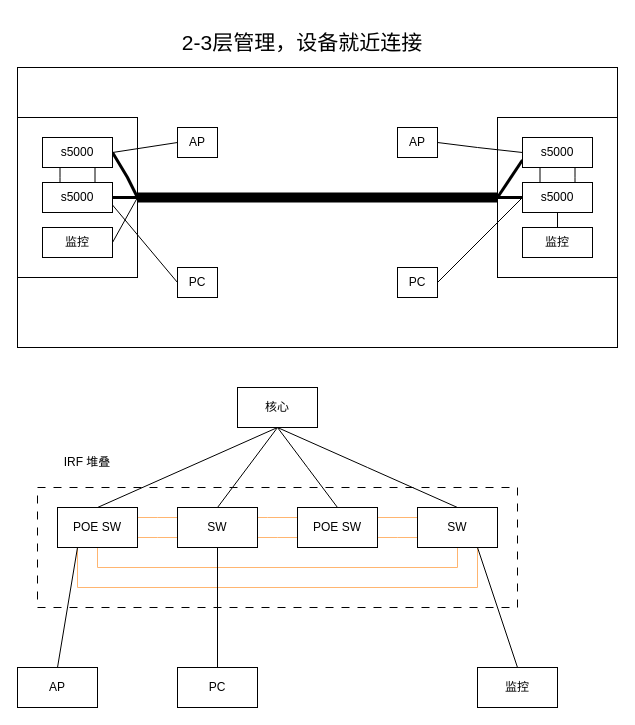
YiHuaXie/diagrams keeps this draw.io diagram as 楼层布线.drawio. Above is the earlier version. Source tidied: cells renumbered, new cells numbered last; positions are measured from the earlier drawing's top-left corner, leaving out a move shared by most shapes. Both pictures are drawn from the tidied source at 100%, with x=0, y=0 at pixel (17, 17).
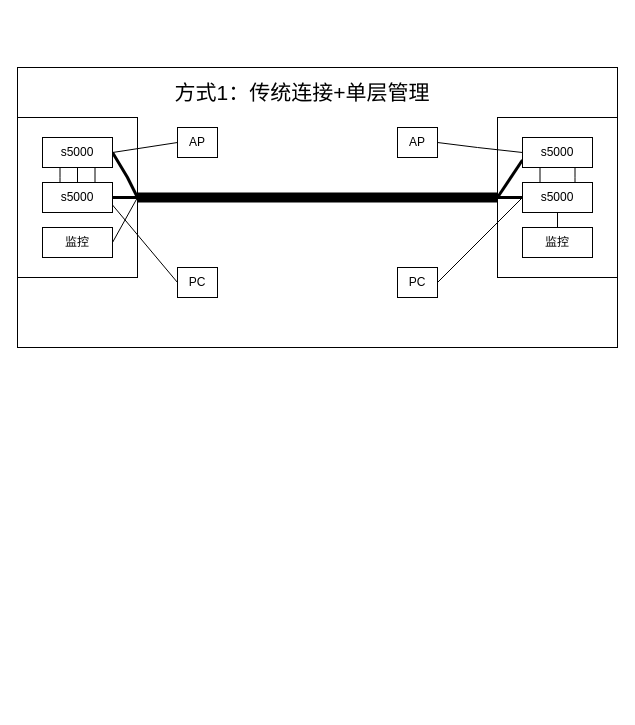
After the change.

Commit message (it also covers changes not shown here):
更新楼层布线.drawio

The change refers to these unchanged cells:
```xml
<mxCell id="4" style="group;" parent="1" vertex="1">
  <mxGeometry y="50" width="600" height="280" as="geometry" />
</mxCell>
<mxCell id="12" value="s5000" style="rounded=0;whiteSpace=wrap;html=1;" parent="4" vertex="1">
  <mxGeometry x="25" y="70" width="70" height="30" as="geometry" />
</mxCell>
<mxCell id="21" value="s5000" style="rounded=0;whiteSpace=wrap;html=1;" parent="4" vertex="1">
  <mxGeometry x="25" y="115" width="70" height="30" as="geometry" />
</mxCell>
```

Change to the diagram source:
```diff
@@
-    <mxCell id="2" style="rounded=0;whiteSpace=wrap;html=1;dashed=1;dashPattern=8 8;" parent="1" vertex="1">
-      <mxGeometry x="20" y="470" width="480" height="120" as="geometry" />
-    </mxCell>
-    <mxCell id="3" value="2-3层管理，设备就近连接" style="text;html=1;whiteSpace=wrap;strokeColor=none;fillColor=none;align=center;verticalAlign=middle;rounded=0;fontSize=21;" parent="1" vertex="1">
-      <mxGeometry x="150" width="270" height="50" as="geometry" />
-    </mxCell>
@@
+    <mxCell id="57" style="rounded=0;jettySize=auto;html=1;exitX=0.5;exitY=1;exitDx=0;exitDy=0;entryX=0.5;entryY=0;entryDx=0;entryDy=0;endArrow=none;endFill=0;" parent="4" edge="1" source="12" target="21">
+      <mxGeometry relative="1" as="geometry" />
+    </mxCell>
@@
-    <mxCell id="33" value="核心" style="rounded=0;whiteSpace=wrap;html=1;" parent="1" vertex="1">
-      <mxGeometry x="220" y="370" width="80" height="40" as="geometry" />
-    </mxCell>
-    <mxCell id="34" style="rounded=0;jettySize=auto;html=1;exitX=0.5;exitY=0;exitDx=0;exitDy=0;endArrow=none;endFill=0;" parent="1" edge="1" source="40">
-      <mxGeometry relative="1" as="geometry">
-        <mxPoint x="260" y="410" as="targetPoint" />
-      </mxGeometry>
-    </mxCell>
-    <mxCell id="35" style="edgeStyle=orthogonalEdgeStyle;rounded=0;jettySize=auto;html=1;exitX=1;exitY=0.25;exitDx=0;exitDy=0;entryX=0;entryY=0.25;entryDx=0;entryDy=0;endArrow=none;endFill=0;strokeColor=#FFB570;" parent="1" edge="1" source="40" target="45">
-      <mxGeometry relative="1" as="geometry">
-        <Array as="points">
-          <mxPoint x="140" y="500" />
-          <mxPoint x="140" y="500" />
-        </Array>
-      </mxGeometry>
-    </mxCell>
-    <mxCell id="36" style="edgeStyle=orthogonalEdgeStyle;rounded=0;jettySize=auto;html=1;exitX=1;exitY=0.75;exitDx=0;exitDy=0;entryX=0;entryY=0.75;entryDx=0;entryDy=0;endArrow=none;endFill=0;strokeColor=#FFB570;" parent="1" edge="1" source="40" target="45">
-      <mxGeometry relative="1" as="geometry">
-        <Array as="points">
-          <mxPoint x="140" y="520" />
-          <mxPoint x="140" y="520" />
-        </Array>
-      </mxGeometry>
-    </mxCell>
-    <mxCell id="37" style="edgeStyle=orthogonalEdgeStyle;rounded=0;jettySize=auto;html=1;exitX=0.25;exitY=1;exitDx=0;exitDy=0;entryX=0.75;entryY=1;entryDx=0;entryDy=0;endArrow=none;endFill=0;strokeColor=#FFB570;" parent="1" edge="1" source="40" target="52">
-      <mxGeometry relative="1" as="geometry">
-        <Array as="points">
-          <mxPoint x="60" y="570" />
-          <mxPoint x="460" y="570" />
-        </Array>
-      </mxGeometry>
-    </mxCell>
-    <mxCell id="38" style="edgeStyle=orthogonalEdgeStyle;rounded=0;jettySize=auto;html=1;exitX=0.5;exitY=1;exitDx=0;exitDy=0;entryX=0.5;entryY=1;entryDx=0;entryDy=0;endArrow=none;endFill=0;strokeColor=#FFB570;" parent="1" edge="1" source="40" target="52">
-      <mxGeometry relative="1" as="geometry" />
-    </mxCell>
-    <mxCell id="39" style="rounded=0;jettySize=auto;html=1;exitX=0.25;exitY=1;exitDx=0;exitDy=0;entryX=0.5;entryY=0;entryDx=0;entryDy=0;endArrow=none;endFill=0;" parent="1" edge="1" source="40" target="56">
-      <mxGeometry relative="1" as="geometry" />
-    </mxCell>
-    <mxCell id="40" value="POE SW" style="rounded=0;whiteSpace=wrap;html=1;" parent="1" vertex="1">
-      <mxGeometry x="40" y="490" width="80" height="40" as="geometry" />
-    </mxCell>
-    <mxCell id="41" style="rounded=0;jettySize=auto;html=1;exitX=0.5;exitY=0;exitDx=0;exitDy=0;entryX=0.5;entryY=1;entryDx=0;entryDy=0;endArrow=none;endFill=0;" parent="1" edge="1" source="45" target="33">
-      <mxGeometry relative="1" as="geometry" />
-    </mxCell>
-    <mxCell id="42" style="edgeStyle=orthogonalEdgeStyle;rounded=0;jettySize=auto;html=1;exitX=1;exitY=0.25;exitDx=0;exitDy=0;entryX=0;entryY=0.25;entryDx=0;entryDy=0;endArrow=none;endFill=0;strokeColor=#FFB570;" parent="1" edge="1" source="45" target="49">
-      <mxGeometry relative="1" as="geometry">
-        <Array as="points">
-          <mxPoint x="250" y="500" />
-          <mxPoint x="250" y="500" />
-        </Array>
-      </mxGeometry>
-    </mxCell>
-    <mxCell id="43" style="edgeStyle=orthogonalEdgeStyle;rounded=0;jettySize=auto;html=1;exitX=1;exitY=0.75;exitDx=0;exitDy=0;entryX=0;entryY=0.75;entryDx=0;entryDy=0;endArrow=none;endFill=0;strokeColor=#FFB570;" parent="1" edge="1" source="45" target="49">
-      <mxGeometry relative="1" as="geometry">
-        <Array as="points">
-          <mxPoint x="260" y="520" />
-          <mxPoint x="260" y="520" />
-        </Array>
-      </mxGeometry>
-    </mxCell>
-    <mxCell id="44" style="rounded=0;jettySize=auto;html=1;exitX=0.5;exitY=1;exitDx=0;exitDy=0;entryX=0.5;entryY=0;entryDx=0;entryDy=0;endArrow=none;endFill=0;" parent="1" edge="1" source="45" target="55">
-      <mxGeometry relative="1" as="geometry" />
-    </mxCell>
-    <mxCell id="45" value="SW" style="rounded=0;whiteSpace=wrap;html=1;" parent="1" vertex="1">
-      <mxGeometry x="160" y="490" width="80" height="40" as="geometry" />
-    </mxCell>
-    <mxCell id="46" style="rounded=0;jettySize=auto;html=1;exitX=0.5;exitY=0;exitDx=0;exitDy=0;endArrow=none;endFill=0;" parent="1" edge="1" source="49">
-      <mxGeometry relative="1" as="geometry">
-        <mxPoint x="260" y="410" as="targetPoint" />
-        <Array as="points">
-          <mxPoint x="290" y="450" />
-        </Array>
-      </mxGeometry>
-    </mxCell>
-    <mxCell id="47" style="edgeStyle=orthogonalEdgeStyle;rounded=0;jettySize=auto;html=1;exitX=1;exitY=0.25;exitDx=0;exitDy=0;entryX=0;entryY=0.25;entryDx=0;entryDy=0;endArrow=none;endFill=0;strokeColor=#FFB570;" parent="1" edge="1" source="49" target="52">
-      <mxGeometry relative="1" as="geometry" />
-    </mxCell>
-    <mxCell id="48" style="edgeStyle=orthogonalEdgeStyle;rounded=0;jettySize=auto;html=1;exitX=1;exitY=0.75;exitDx=0;exitDy=0;entryX=0;entryY=0.75;entryDx=0;entryDy=0;endArrow=none;endFill=0;strokeColor=#FFB570;" parent="1" edge="1" source="49" target="52">
-      <mxGeometry relative="1" as="geometry">
-        <Array as="points">
-          <mxPoint x="380" y="520" />
-          <mxPoint x="380" y="520" />
-        </Array>
-      </mxGeometry>
-    </mxCell>
-    <mxCell id="49" value="POE SW" style="rounded=0;whiteSpace=wrap;html=1;" parent="1" vertex="1">
-      <mxGeometry x="280" y="490" width="80" height="40" as="geometry" />
-    </mxCell>
-    <mxCell id="50" style="rounded=0;jettySize=auto;html=1;exitX=0.5;exitY=0;exitDx=0;exitDy=0;endArrow=none;endFill=0;" parent="1" edge="1" source="52">
-      <mxGeometry relative="1" as="geometry">
-        <mxPoint x="260" y="410" as="targetPoint" />
-        <Array as="points">
-          <mxPoint x="350" y="450" />
-        </Array>
-      </mxGeometry>
-    </mxCell>
-    <mxCell id="51" style="rounded=0;jettySize=auto;html=1;exitX=0.75;exitY=1;exitDx=0;exitDy=0;entryX=0.5;entryY=0;entryDx=0;entryDy=0;endArrow=none;endFill=0;" parent="1" edge="1" source="52" target="54">
-      <mxGeometry relative="1" as="geometry" />
-    </mxCell>
-    <mxCell id="52" value="SW" style="rounded=0;whiteSpace=wrap;html=1;" parent="1" vertex="1">
-      <mxGeometry x="400" y="490" width="80" height="40" as="geometry" />
-    </mxCell>
-    <mxCell id="53" value="IRF 堆叠" style="text;html=1;whiteSpace=wrap;strokeColor=none;fillColor=none;align=center;verticalAlign=middle;rounded=0;" parent="1" vertex="1">
-      <mxGeometry x="40" y="430" width="60" height="30" as="geometry" />
-    </mxCell>
-    <mxCell id="54" value="监控" style="rounded=0;whiteSpace=wrap;html=1;" parent="1" vertex="1">
-      <mxGeometry x="460" y="650" width="80" height="40" as="geometry" />
-    </mxCell>
-    <mxCell id="55" value="PC" style="rounded=0;whiteSpace=wrap;html=1;" parent="1" vertex="1">
-      <mxGeometry x="160" y="650" width="80" height="40" as="geometry" />
-    </mxCell>
-    <mxCell id="56" value="AP" style="rounded=0;whiteSpace=wrap;html=1;" parent="1" vertex="1">
-      <mxGeometry y="650" width="80" height="40" as="geometry" />
-    </mxCell>
+    <mxCell id="3" value="方式1：传统连接+单层管理" style="text;html=1;whiteSpace=wrap;strokeColor=none;fillColor=none;align=center;verticalAlign=middle;rounded=0;fontSize=21;" parent="4" vertex="1">
+      <mxGeometry x="150" width="270" height="50" as="geometry" />
+    </mxCell>
```
